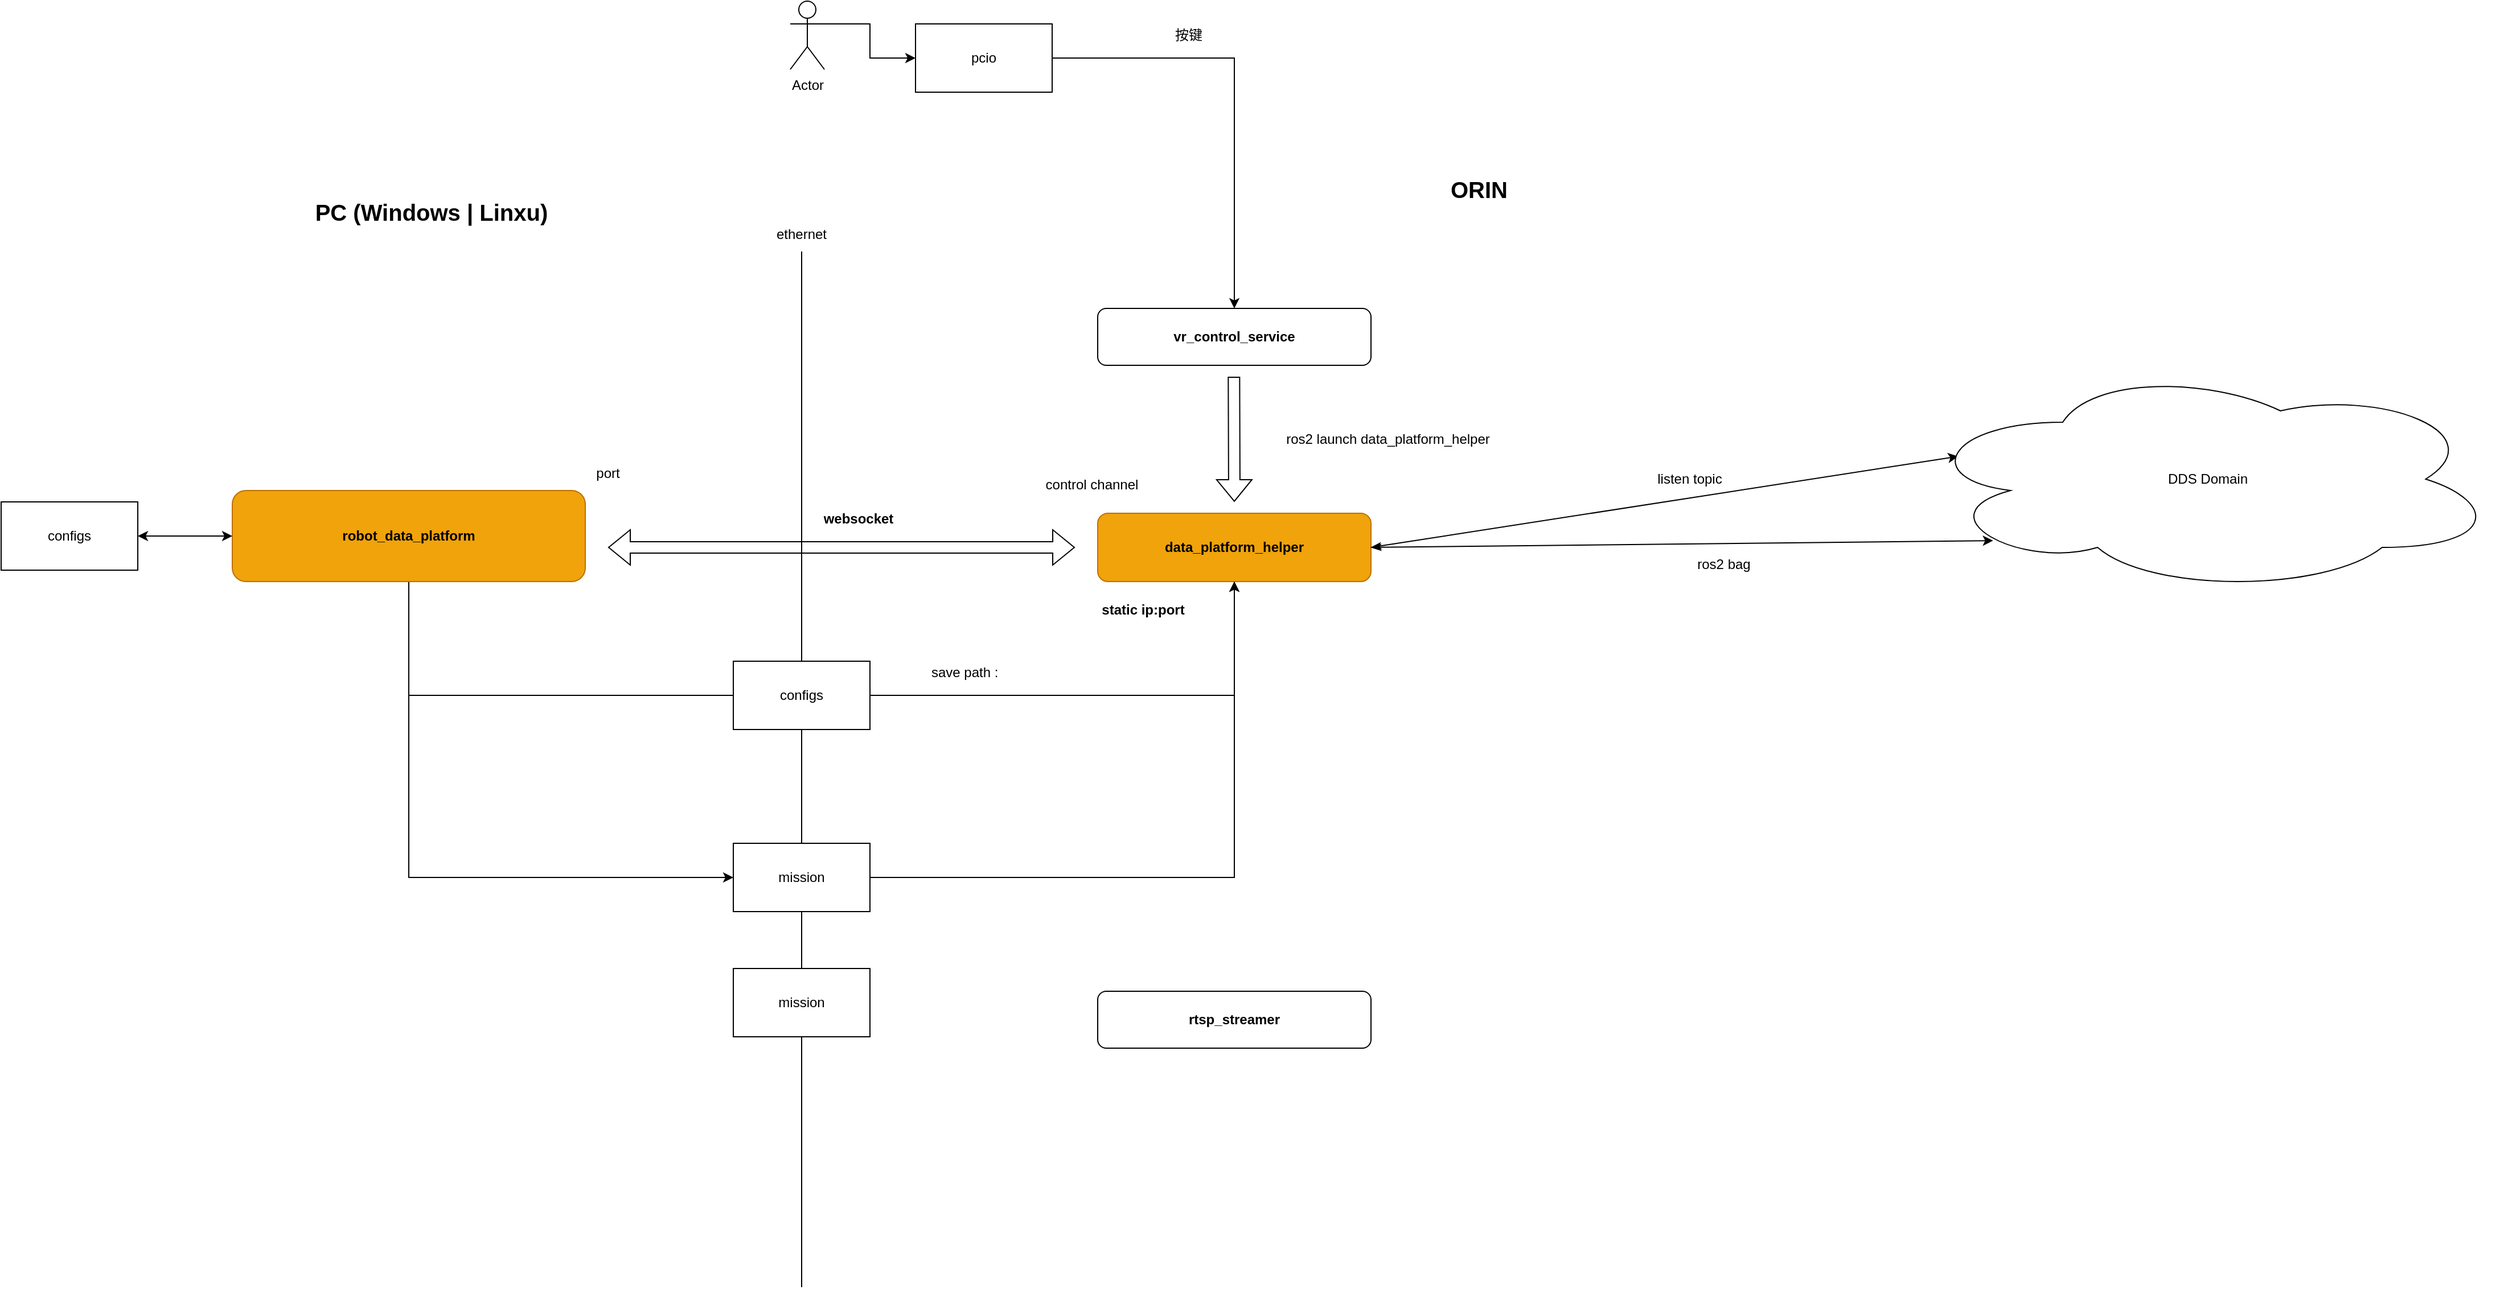
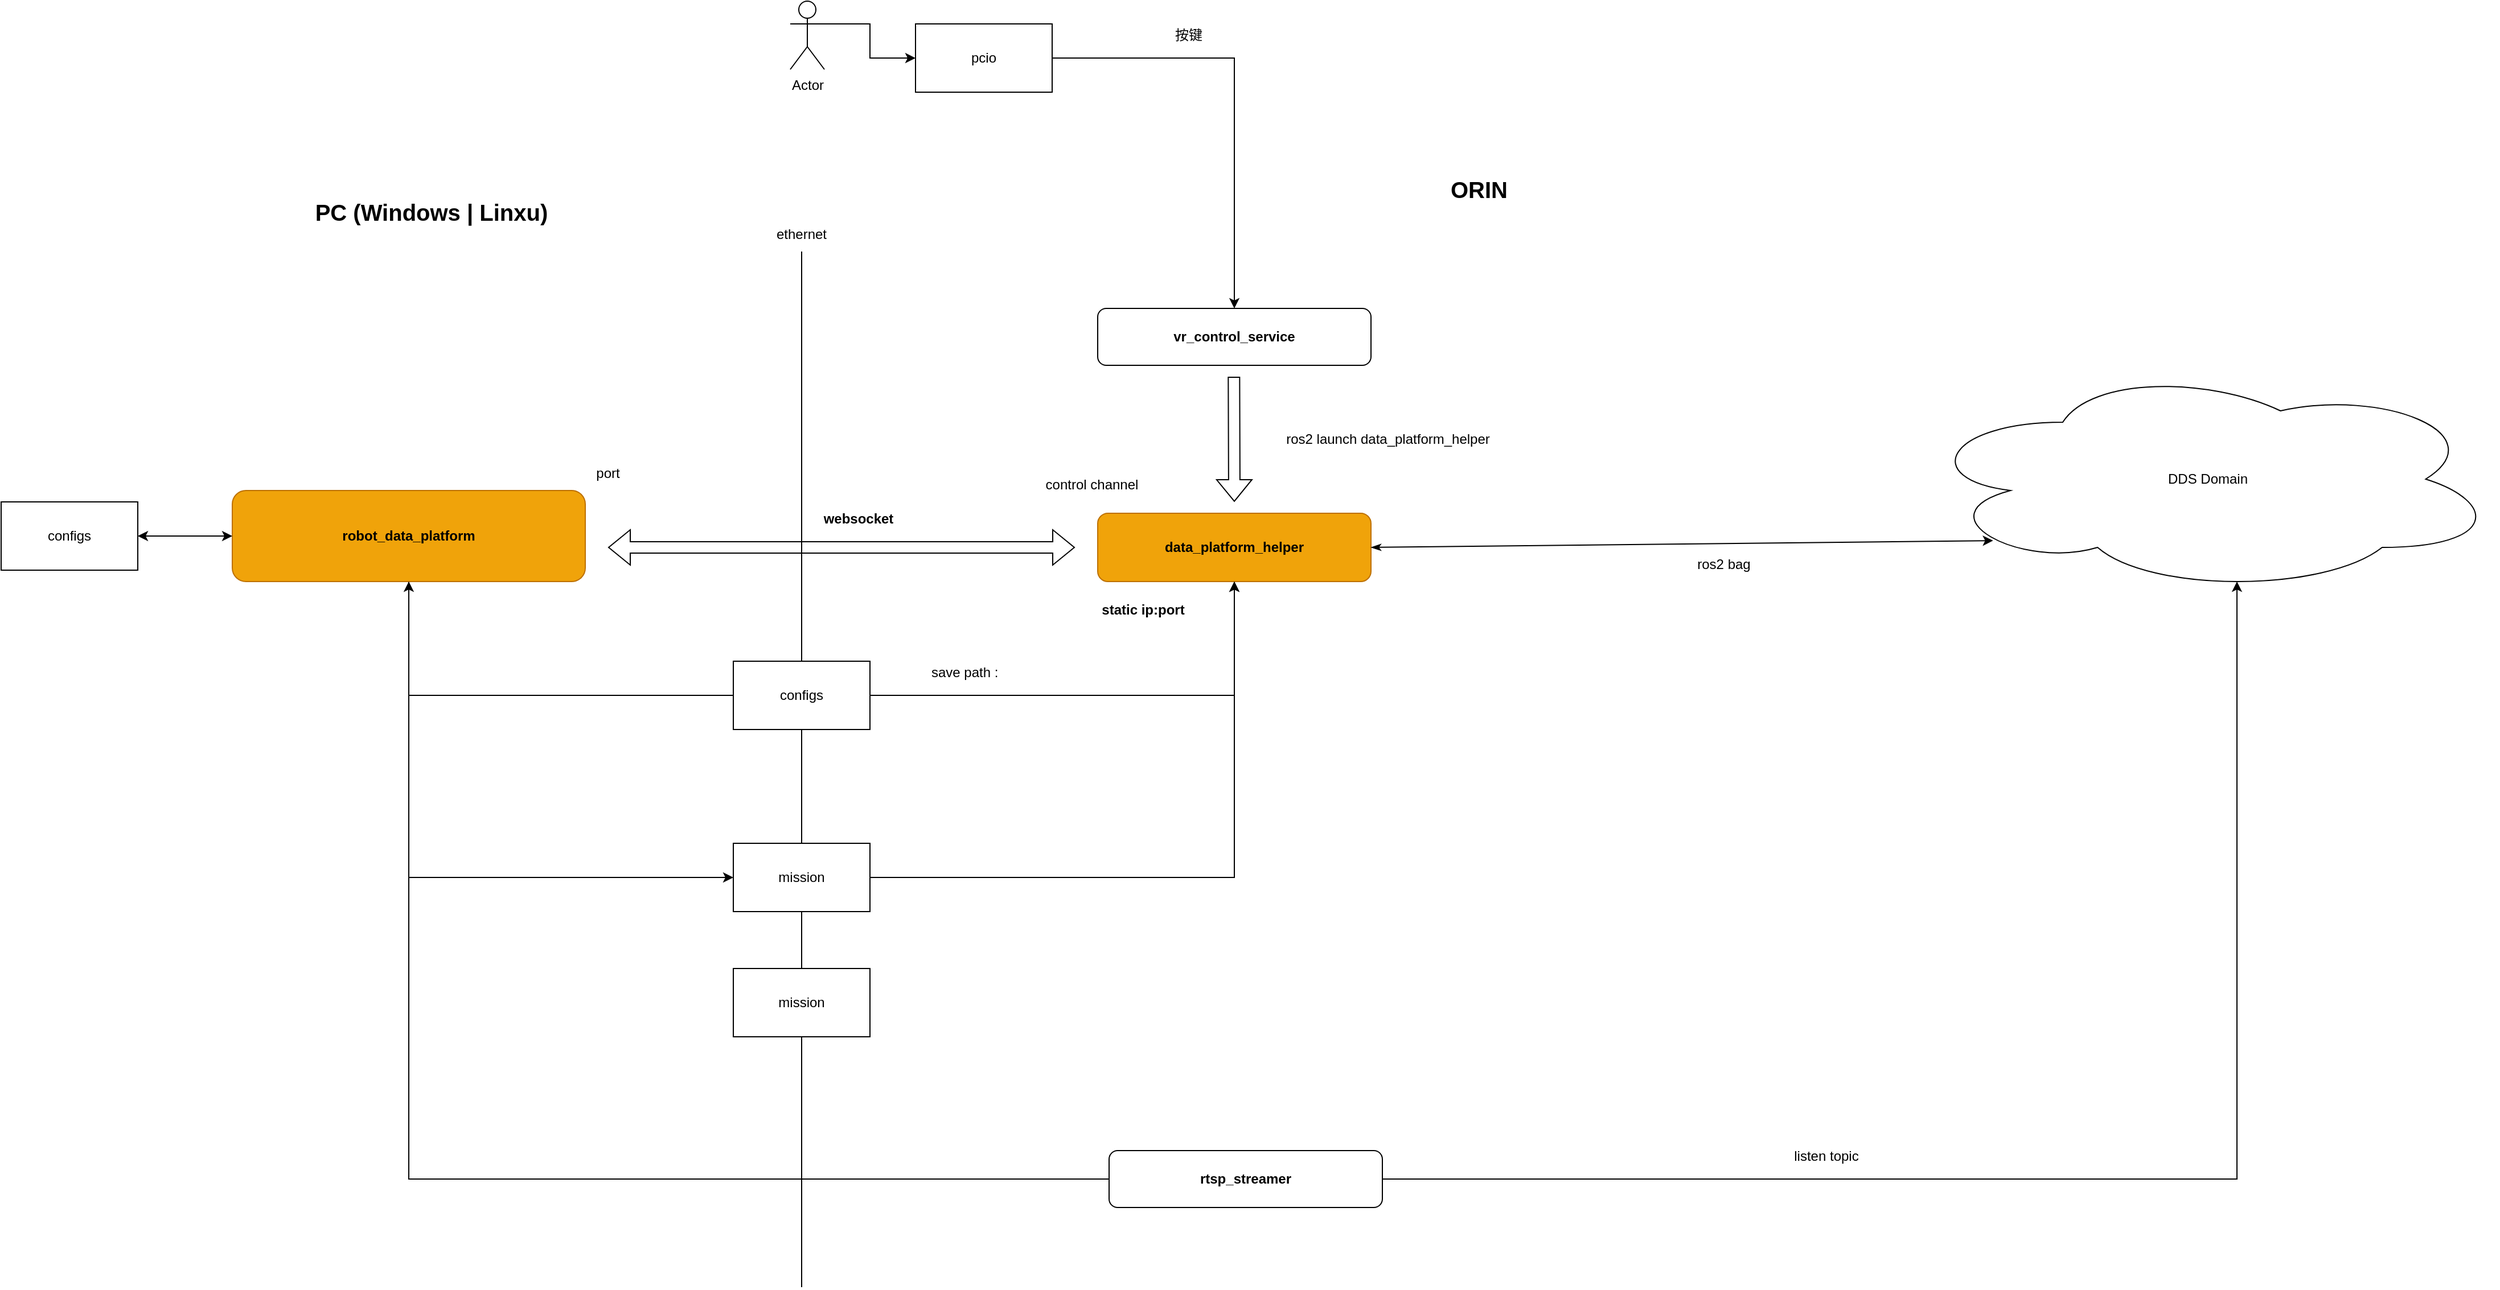
<mxfile host="app.diagrams.net" pages="2">
  <diagram name="第 1 页" id="ybuJFLsuspTRZjUBc2Sj">
    <mxGraphModel dx="2183" dy="720" grid="1" gridSize="10" guides="1" tooltips="1" connect="1" arrows="1" fold="1" page="1" pageScale="1" pageWidth="827" pageHeight="1169" math="0" shadow="0">
      <root>
        <mxCell id="0" />
        <mxCell id="1" parent="0" />
        <mxCell id="PG_7JgB4xY41xIrBQNpI-2" parent="1" style="text;html=1;whiteSpace=wrap;strokeColor=none;fillColor=none;align=center;verticalAlign=middle;rounded=0;fontStyle=1;fontSize=20;" value="ORIN" vertex="1">
          <mxGeometry height="50" width="250" x="640" y="150" as="geometry" />
        </mxCell>
        <mxCell id="PG_7JgB4xY41xIrBQNpI-3" edge="1" parent="1" source="PG_7JgB4xY41xIrBQNpI-25" style="endArrow=none;html=1;rounded=0;" value="">
          <mxGeometry height="50" relative="1" width="50" as="geometry">
            <mxPoint x="170" y="1140" as="sourcePoint" />
            <mxPoint x="170" y="230" as="targetPoint" />
          </mxGeometry>
        </mxCell>
        <mxCell id="PG_7JgB4xY41xIrBQNpI-4" parent="1" style="rounded=1;whiteSpace=wrap;html=1;fontStyle=1;fillColor=#f0a30a;fontColor=#000000;strokeColor=#BD7000;" value="data_platform_helper" vertex="1">
          <mxGeometry height="60" width="240" x="430" y="460" as="geometry" />
        </mxCell>
        <mxCell id="PG_7JgB4xY41xIrBQNpI-6" parent="1" style="rounded=1;whiteSpace=wrap;html=1;fontStyle=1" value="vr_control_service" vertex="1">
          <mxGeometry height="50" width="240" x="430" y="280" as="geometry" />
        </mxCell>
        <mxCell id="PG_7JgB4xY41xIrBQNpI-26" edge="1" parent="1" source="PG_7JgB4xY41xIrBQNpI-7" style="edgeStyle=orthogonalEdgeStyle;rounded=0;orthogonalLoop=1;jettySize=auto;html=1;exitX=0.5;exitY=1;exitDx=0;exitDy=0;entryX=0.5;entryY=1;entryDx=0;entryDy=0;" target="PG_7JgB4xY41xIrBQNpI-4">
          <mxGeometry relative="1" as="geometry">
            <Array as="points">
              <mxPoint x="-175" y="620" />
              <mxPoint x="550" y="620" />
            </Array>
            <mxPoint x="380" y="730" as="targetPoint" />
          </mxGeometry>
        </mxCell>
        <mxCell id="PG_7JgB4xY41xIrBQNpI-33" edge="1" parent="1" source="PG_7JgB4xY41xIrBQNpI-7" style="edgeStyle=orthogonalEdgeStyle;rounded=0;orthogonalLoop=1;jettySize=auto;html=1;exitX=0.5;exitY=1;exitDx=0;exitDy=0;entryX=0;entryY=0.5;entryDx=0;entryDy=0;" target="PG_7JgB4xY41xIrBQNpI-32">
          <mxGeometry relative="1" as="geometry" />
        </mxCell>
        <mxCell id="PG_7JgB4xY41xIrBQNpI-7" parent="1" style="rounded=1;whiteSpace=wrap;html=1;fontStyle=1;fillColor=#f0a30a;fontColor=#000000;strokeColor=#BD7000;" value="robot_data_platform" vertex="1">
          <mxGeometry height="80" width="310" x="-330" y="440" as="geometry" />
        </mxCell>
        <mxCell id="PG_7JgB4xY41xIrBQNpI-8" parent="1" style="text;html=1;whiteSpace=wrap;strokeColor=none;fillColor=none;align=center;verticalAlign=middle;rounded=0;fontStyle=1;fontSize=20;" value="PC (Windows | Linxu)" vertex="1">
          <mxGeometry height="50" width="250" x="-280" y="170" as="geometry" />
        </mxCell>
        <mxCell id="PG_7JgB4xY41xIrBQNpI-10" edge="1" parent="1" style="shape=flexArrow;endArrow=classic;startArrow=classic;html=1;rounded=0;" value="">
          <mxGeometry height="100" relative="1" width="100" as="geometry">
            <mxPoint y="490" as="sourcePoint" />
            <mxPoint x="410" y="490" as="targetPoint" />
          </mxGeometry>
        </mxCell>
        <mxCell id="PG_7JgB4xY41xIrBQNpI-12" edge="1" parent="1" style="shape=flexArrow;endArrow=classic;html=1;rounded=0;" value="">
          <mxGeometry height="50" relative="1" width="50" as="geometry">
            <mxPoint x="549.66" y="340" as="sourcePoint" />
            <mxPoint x="550" y="450" as="targetPoint" />
          </mxGeometry>
        </mxCell>
        <mxCell id="PG_7JgB4xY41xIrBQNpI-13" parent="1" style="text;html=1;whiteSpace=wrap;strokeColor=none;fillColor=none;align=center;verticalAlign=middle;rounded=0;fontStyle=1" value="websocket" vertex="1">
          <mxGeometry height="30" width="80" x="180" y="450" as="geometry" />
        </mxCell>
        <mxCell id="PG_7JgB4xY41xIrBQNpI-14" parent="1" style="text;html=1;whiteSpace=wrap;strokeColor=none;fillColor=none;align=center;verticalAlign=middle;rounded=0;" value="ethernet" vertex="1">
          <mxGeometry height="30" width="60" x="140" y="200" as="geometry" />
        </mxCell>
        <mxCell id="PG_7JgB4xY41xIrBQNpI-18" edge="1" parent="1" source="PG_7JgB4xY41xIrBQNpI-15" style="edgeStyle=orthogonalEdgeStyle;rounded=0;orthogonalLoop=1;jettySize=auto;html=1;exitX=1;exitY=0.3333333333333333;exitDx=0;exitDy=0;exitPerimeter=0;entryX=0;entryY=0.5;entryDx=0;entryDy=0;" target="PG_7JgB4xY41xIrBQNpI-16">
          <mxGeometry relative="1" as="geometry" />
        </mxCell>
        <mxCell id="PG_7JgB4xY41xIrBQNpI-15" parent="1" style="shape=umlActor;verticalLabelPosition=bottom;verticalAlign=top;html=1;outlineConnect=0;" value="Actor" vertex="1">
          <mxGeometry height="60" width="30" x="160" y="10" as="geometry" />
        </mxCell>
        <mxCell id="PG_7JgB4xY41xIrBQNpI-19" edge="1" parent="1" source="PG_7JgB4xY41xIrBQNpI-16" style="edgeStyle=orthogonalEdgeStyle;rounded=0;orthogonalLoop=1;jettySize=auto;html=1;exitX=1;exitY=0.5;exitDx=0;exitDy=0;entryX=0.5;entryY=0;entryDx=0;entryDy=0;" target="PG_7JgB4xY41xIrBQNpI-6">
          <mxGeometry relative="1" as="geometry" />
        </mxCell>
        <mxCell id="PG_7JgB4xY41xIrBQNpI-16" parent="1" style="whiteSpace=wrap;html=1;" value="pcio" vertex="1">
          <mxGeometry height="60" width="120" x="270" y="30" as="geometry" />
        </mxCell>
        <mxCell id="PG_7JgB4xY41xIrBQNpI-20" parent="1" style="text;html=1;whiteSpace=wrap;strokeColor=none;fillColor=none;align=center;verticalAlign=middle;rounded=0;" value="ros2 launch data_platform_helper" vertex="1">
          <mxGeometry height="30" width="230" x="570" y="380" as="geometry" />
        </mxCell>
        <mxCell id="PG_7JgB4xY41xIrBQNpI-21" parent="1" style="text;html=1;whiteSpace=wrap;strokeColor=none;fillColor=none;align=center;verticalAlign=middle;rounded=0;" value="control channel" vertex="1">
          <mxGeometry height="30" width="110" x="370" y="420" as="geometry" />
        </mxCell>
        <mxCell id="PG_7JgB4xY41xIrBQNpI-22" parent="1" style="text;html=1;whiteSpace=wrap;strokeColor=none;fillColor=none;align=center;verticalAlign=middle;rounded=0;" value="port" vertex="1">
          <mxGeometry height="30" width="60" x="-30" y="410" as="geometry" />
        </mxCell>
        <mxCell id="PG_7JgB4xY41xIrBQNpI-23" parent="1" style="text;html=1;whiteSpace=wrap;strokeColor=none;fillColor=none;align=center;verticalAlign=middle;rounded=0;fontStyle=1" value="static ip:port" vertex="1">
          <mxGeometry height="30" width="100" x="420" y="530" as="geometry" />
        </mxCell>
-         <mxCell id="PG_7JgB4xY41xIrBQNpI-28" edge="1" parent="1" source="PG_7JgB4xY41xIrBQNpI-4" style="endArrow=classic;html=1;rounded=0;exitX=1;exitY=0.5;exitDx=0;exitDy=0;entryX=0.07;entryY=0.4;entryDx=0;entryDy=0;entryPerimeter=0;startArrow=classicThin;startFill=1;" target="PG_7JgB4xY41xIrBQNpI-31" value="">
-           <mxGeometry height="50" relative="1" width="50" as="geometry">
-             <mxPoint x="740" y="570" as="sourcePoint" />
-             <mxPoint x="940" y="490" as="targetPoint" />
-           </mxGeometry>
-         </mxCell>
        <mxCell id="PG_7JgB4xY41xIrBQNpI-29" parent="1" style="text;html=1;whiteSpace=wrap;strokeColor=none;fillColor=none;align=center;verticalAlign=middle;rounded=0;" value="listen topic" vertex="1">
-           <mxGeometry height="30" width="60" x="920" y="415" as="geometry" />
+           <mxGeometry height="30" width="60" x="1040" y="1010" as="geometry" />
        </mxCell>
        <mxCell id="PG_7JgB4xY41xIrBQNpI-31" parent="1" style="ellipse;shape=cloud;whiteSpace=wrap;html=1;align=center;" value="DDS Domain" vertex="1">
          <mxGeometry height="200" width="510" x="1150" y="330" as="geometry" />
        </mxCell>
        <mxCell id="PG_7JgB4xY41xIrBQNpI-34" edge="1" parent="1" source="PG_7JgB4xY41xIrBQNpI-32" style="edgeStyle=orthogonalEdgeStyle;rounded=0;orthogonalLoop=1;jettySize=auto;html=1;exitX=1;exitY=0.5;exitDx=0;exitDy=0;entryX=0.5;entryY=1;entryDx=0;entryDy=0;" target="PG_7JgB4xY41xIrBQNpI-4">
          <mxGeometry relative="1" as="geometry" />
        </mxCell>
        <mxCell id="PG_7JgB4xY41xIrBQNpI-35" edge="1" parent="1" source="PG_7JgB4xY41xIrBQNpI-4" style="endArrow=classic;html=1;rounded=0;exitX=1;exitY=0.5;exitDx=0;exitDy=0;entryX=0.13;entryY=0.77;entryDx=0;entryDy=0;entryPerimeter=0;startArrow=classicThin;startFill=1;" target="PG_7JgB4xY41xIrBQNpI-31" value="">
          <mxGeometry height="50" relative="1" width="50" as="geometry">
            <mxPoint x="810" y="570" as="sourcePoint" />
            <mxPoint x="1326" y="490" as="targetPoint" />
          </mxGeometry>
        </mxCell>
        <mxCell id="PG_7JgB4xY41xIrBQNpI-36" parent="1" style="text;html=1;whiteSpace=wrap;strokeColor=none;fillColor=none;align=center;verticalAlign=middle;rounded=0;" value="ros2 bag" vertex="1">
          <mxGeometry height="30" width="60" x="950" y="490" as="geometry" />
        </mxCell>
        <mxCell id="PG_7JgB4xY41xIrBQNpI-37" parent="1" style="text;html=1;whiteSpace=wrap;strokeColor=none;fillColor=none;align=center;verticalAlign=middle;rounded=0;" value="save path :&amp;nbsp;" vertex="1">
          <mxGeometry height="30" width="130" x="250" y="585" as="geometry" />
        </mxCell>
        <mxCell id="PG_7JgB4xY41xIrBQNpI-40" edge="1" parent="1" source="PG_7JgB4xY41xIrBQNpI-39" style="edgeStyle=orthogonalEdgeStyle;rounded=0;orthogonalLoop=1;jettySize=auto;html=1;startArrow=classic;startFill=1;" target="PG_7JgB4xY41xIrBQNpI-7" value="">
          <mxGeometry relative="1" as="geometry" />
        </mxCell>
        <mxCell id="PG_7JgB4xY41xIrBQNpI-39" parent="1" style="whiteSpace=wrap;html=1;" value="configs" vertex="1">
          <mxGeometry height="60" width="120" x="-533" y="450" as="geometry" />
        </mxCell>
        <mxCell id="PG_7JgB4xY41xIrBQNpI-41" edge="1" parent="1" style="endArrow=none;html=1;rounded=0;" target="PG_7JgB4xY41xIrBQNpI-25" value="">
          <mxGeometry height="50" relative="1" width="50" as="geometry">
            <mxPoint x="170" y="1140" as="sourcePoint" />
            <mxPoint x="170" y="230" as="targetPoint" />
          </mxGeometry>
        </mxCell>
        <mxCell id="PG_7JgB4xY41xIrBQNpI-25" parent="1" style="whiteSpace=wrap;html=1;" value="configs" vertex="1">
          <mxGeometry height="60" width="120" x="110" y="590" as="geometry" />
        </mxCell>
        <mxCell id="PG_7JgB4xY41xIrBQNpI-32" parent="1" style="rounded=0;whiteSpace=wrap;html=1;" value="mission" vertex="1">
          <mxGeometry height="60" width="120" x="110" y="750" as="geometry" />
        </mxCell>
        <mxCell id="PG_7JgB4xY41xIrBQNpI-38" parent="1" style="rounded=0;whiteSpace=wrap;html=1;" value="mission" vertex="1">
          <mxGeometry height="60" width="120" x="110" y="860" as="geometry" />
        </mxCell>
        <mxCell id="PG_7JgB4xY41xIrBQNpI-42" parent="1" style="text;html=1;whiteSpace=wrap;strokeColor=none;fillColor=none;align=center;verticalAlign=middle;rounded=0;" value="按键" vertex="1">
          <mxGeometry height="30" width="60" x="480" y="25" as="geometry" />
        </mxCell>
+         <mxCell id="PG_7JgB4xY41xIrBQNpI-44" edge="1" parent="1" source="PG_7JgB4xY41xIrBQNpI-43" style="edgeStyle=orthogonalEdgeStyle;rounded=0;orthogonalLoop=1;jettySize=auto;html=1;exitX=0;exitY=0.5;exitDx=0;exitDy=0;entryX=0.5;entryY=1;entryDx=0;entryDy=0;" target="PG_7JgB4xY41xIrBQNpI-7">
+           <mxGeometry relative="1" as="geometry" />
+         </mxCell>
        <mxCell id="PG_7JgB4xY41xIrBQNpI-43" parent="1" style="rounded=1;whiteSpace=wrap;html=1;fontStyle=1" value="rtsp_streamer" vertex="1">
-           <mxGeometry height="50" width="240" x="430" y="880" as="geometry" />
+           <mxGeometry height="50" width="240" x="440" y="1020" as="geometry" />
+         </mxCell>
+         <mxCell id="PG_7JgB4xY41xIrBQNpI-45" edge="1" parent="1" source="PG_7JgB4xY41xIrBQNpI-43" style="edgeStyle=orthogonalEdgeStyle;rounded=0;orthogonalLoop=1;jettySize=auto;html=1;exitX=1;exitY=0.5;exitDx=0;exitDy=0;entryX=0.55;entryY=0.95;entryDx=0;entryDy=0;entryPerimeter=0;" target="PG_7JgB4xY41xIrBQNpI-31">
+           <mxGeometry relative="1" as="geometry" />
        </mxCell>
      </root>
    </mxGraphModel>
  </diagram>
  <diagram id="ERyvKfnW-TPwMhuBreaX" name="第 2 页">
    <mxGraphModel dx="1122" dy="596" grid="1" gridSize="10" guides="1" tooltips="1" connect="1" arrows="1" fold="1" page="1" pageScale="1" pageWidth="827" pageHeight="1169" math="0" shadow="0">
      <root>
        <mxCell id="0" />
        <mxCell id="1" parent="0" />
        <mxCell id="Lt_kapkQ0GCsb_hZqIK--1" parent="1" style="rounded=1;whiteSpace=wrap;html=1;" value="" vertex="1">
          <mxGeometry height="60" width="120" x="40" y="280" as="geometry" />
        </mxCell>
      </root>
    </mxGraphModel>
  </diagram>
</mxfile>
